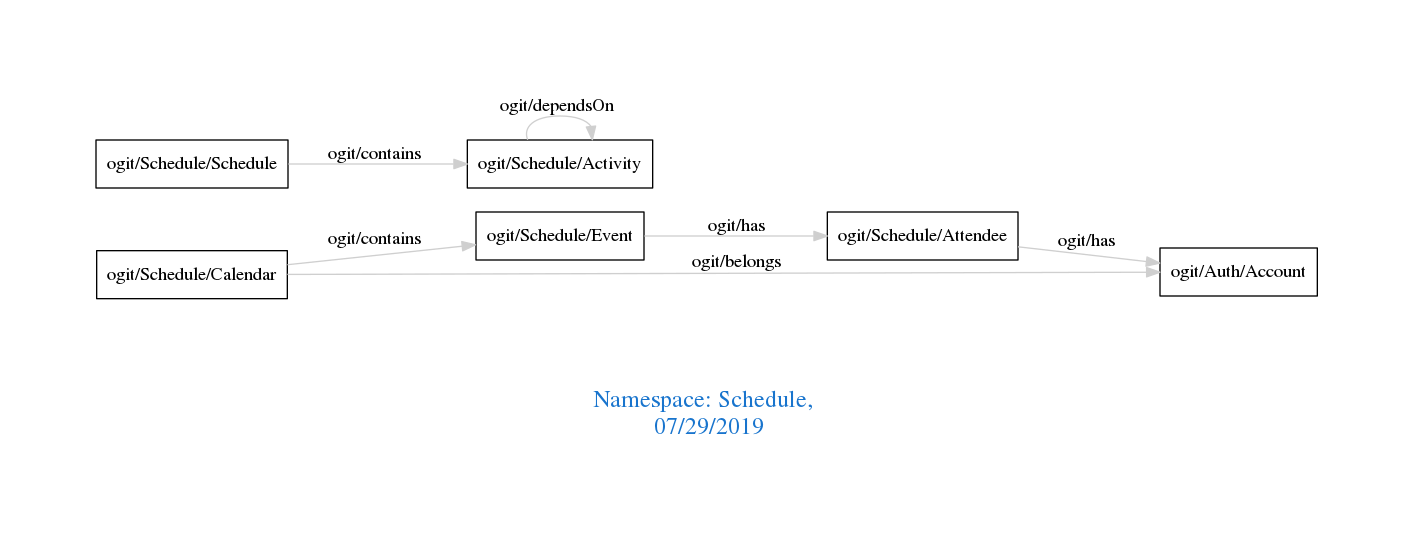
Before: downloads/Schedule.png, a diagram exported from Graphviz (arago/OGIT). Its source is kept beside it as downloads/Schedule.dot.
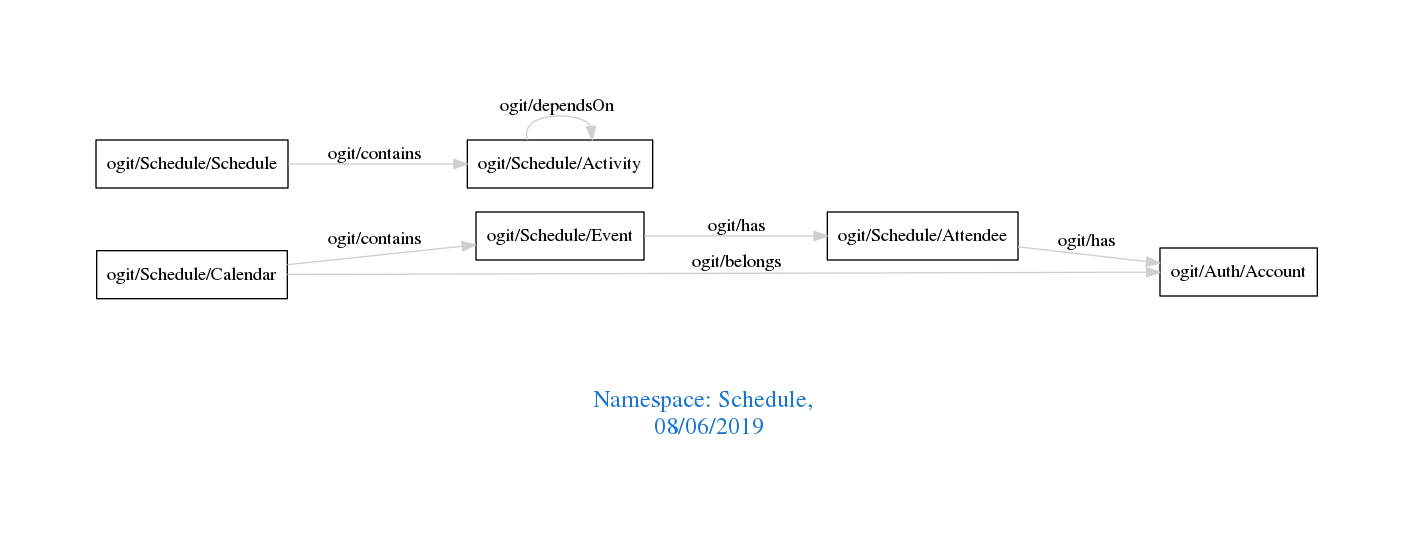
The same diagram one commit later.

The edit, as a diff of the source:
```diff
@@ -1,7 +1,7 @@
 digraph OGIT_ontology {
  graph [ rankdir= LR,pad=1
 fontsize = 18,
-fontcolor= dodgerblue3,label = "\n\n\nNamespace: Schedule, \n 07/29/2019"];
+fontcolor= dodgerblue3,label = "\n\n\nNamespace: Schedule, \n 08/06/2019"];
 node[shape=polygon];
 edge [  color="gray81"];
 
```
